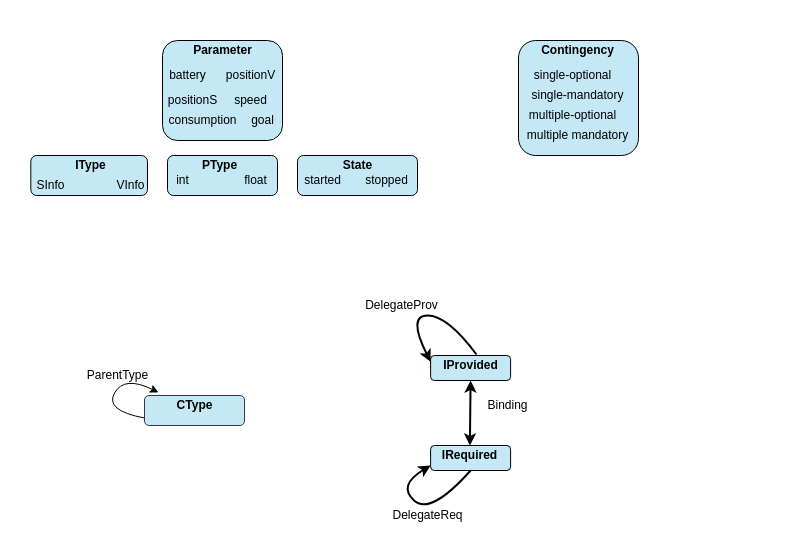
Before: relflow.drawio in jpgros/site-web, a draw.io diagram. Source tidied: cells renumbered, new cells numbered last; positions are measured from the earlier drawing's top-left corner, leaving out a move shared by most shapes. Both pictures are drawn from the tidied source at 100%, with x=0, y=0 at pixel (30, 40).
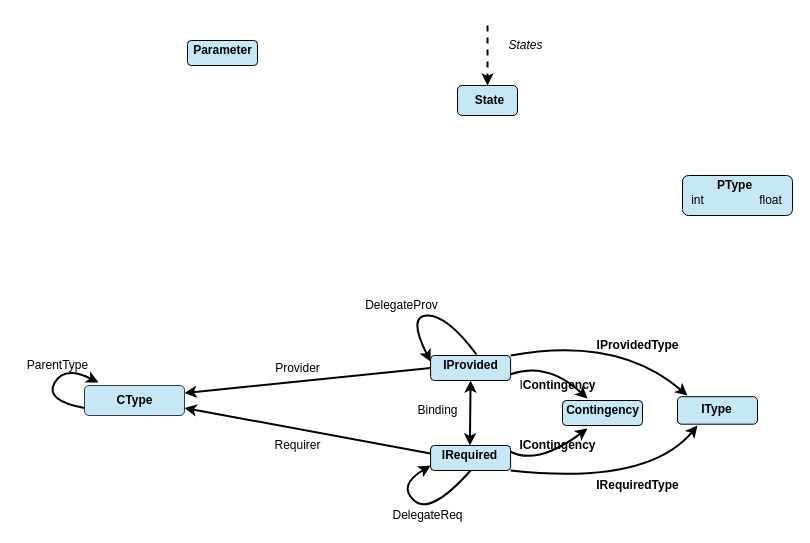
The same diagram, later.

Unchanged cells that the change refers to:
```xml
<mxCell id="5" style="rounded=1;whiteSpace=wrap;html=1;fillColor=#C4E8F5;" parent="1" vertex="1">
  <mxGeometry x="400.1" y="315" width="80" height="25" as="geometry" />
</mxCell>
<mxCell id="6" style="rounded=1;whiteSpace=wrap;html=1;fillColor=#C4E8F5;" parent="1" vertex="1">
  <mxGeometry x="400.1" y="405" width="80" height="25" as="geometry" />
</mxCell>
<mxCell id="25" value="&lt;b&gt;IRequired&lt;/b&gt;" style="text;html=1;align=center;verticalAlign=middle;points=[];" parent="1" vertex="1">
  <mxGeometry x="404.3" y="405" width="70" height="20" as="geometry" />
</mxCell>
```

Change to the diagram source:
```diff
@@
     <mxCell id="2" style="rounded=1;whiteSpace=wrap;html=1;fillColor=#C4E8F5;" parent="1" vertex="1">
-      <mxGeometry x="137" y="115" width="110" height="40" as="geometry" />
+      <mxGeometry x="652" y="135" width="110" height="40" as="geometry" />
     </mxCell>
     <mxCell id="3" style="rounded=1;whiteSpace=wrap;html=1;fillColor=#C4E8F5;" parent="1" vertex="1">
-      <mxGeometry x="0.3" y="115" width="116.7" height="40" as="geometry" />
+      <mxGeometry x="647" y="356.2" width="80" height="27.5" as="geometry" />
     </mxCell>
     <mxCell id="4" style="rounded=1;whiteSpace=wrap;html=1;fillColor=#C4E8F5;" parent="1" vertex="1">
-      <mxGeometry x="132" width="120" height="100" as="geometry" />
+      <mxGeometry x="157" width="70" height="25" as="geometry" />
     </mxCell>
@@
     <mxCell id="7" style="rounded=1;whiteSpace=wrap;html=1;fillColor=#C4E8F5;" parent="1" vertex="1">
-      <mxGeometry x="488" width="120" height="115" as="geometry" />
+      <mxGeometry x="532" y="360" width="80" height="25" as="geometry" />
     </mxCell>
     <mxCell id="8" style="rounded=1;whiteSpace=wrap;html=1;strokeColor=#36393d;fillColor=#C4E8F5;" parent="1" vertex="1">
-      <mxGeometry x="114" y="355" width="100" height="30" as="geometry" />
+      <mxGeometry x="54" y="345" width="100" height="30" as="geometry" />
     </mxCell>
-    <mxCell id="9" value="single-optional" style="text;html=1;align=center;verticalAlign=middle;" parent="1" vertex="1">
-      <mxGeometry x="497" y="25" width="90" height="20" as="geometry" />
-    </mxCell>
-    <mxCell id="10" value="single-mandatory" style="text;html=1;align=center;verticalAlign=middle;" parent="1" vertex="1">
-      <mxGeometry x="492" y="45" width="110" height="20" as="geometry" />
-    </mxCell>
-    <mxCell id="11" value="multiple-optional" style="text;html=1;align=center;verticalAlign=middle;" parent="1" vertex="1">
-      <mxGeometry x="492" y="65" width="100" height="20" as="geometry" />
-    </mxCell>
-    <mxCell id="12" value="multiple mandatory" style="text;html=1;align=center;verticalAlign=middle;" parent="1" vertex="1">
-      <mxGeometry x="487" y="85" width="120" height="20" as="geometry" />
-    </mxCell>
-    <mxCell id="13" value="VInfo" style="text;html=1;align=center;verticalAlign=middle;" parent="1" vertex="1">
-      <mxGeometry x="80.3" y="135" width="40" height="20" as="geometry" />
-    </mxCell>
-    <mxCell id="14" value="SInfo" style="text;html=1;align=center;verticalAlign=middle;" parent="1" vertex="1">
-      <mxGeometry x="0.3" y="135" width="40" height="20" as="geometry" />
-    </mxCell>
     <mxCell id="15" value="int" style="text;html=1;align=center;verticalAlign=middle;" parent="1" vertex="1">
-      <mxGeometry x="137" y="130" width="30" height="20" as="geometry" />
+      <mxGeometry x="652" y="150" width="30" height="20" as="geometry" />
     </mxCell>
     <mxCell id="16" value="float" style="text;html=1;align=center;verticalAlign=middle;" parent="1" vertex="1">
-      <mxGeometry x="205" y="130" width="40" height="20" as="geometry" />
+      <mxGeometry x="720" y="150" width="40" height="20" as="geometry" />
     </mxCell>
-    <mxCell id="17" value="battery" style="text;html=1;align=center;verticalAlign=middle;" parent="1" vertex="1">
-      <mxGeometry x="132" y="25" width="50" height="20" as="geometry" />
-    </mxCell>
-    <mxCell id="18" value="positionS" style="text;html=1;align=center;verticalAlign=middle;" parent="1" vertex="1">
-      <mxGeometry x="132" y="50" width="60" height="20" as="geometry" />
-    </mxCell>
-    <mxCell id="19" value="positionV" style="text;html=1;align=center;verticalAlign=middle;" parent="1" vertex="1">
-      <mxGeometry x="190" y="25" width="60" height="20" as="geometry" />
-    </mxCell>
-    <mxCell id="20" value="speed" style="text;html=1;align=center;verticalAlign=middle;" parent="1" vertex="1">
-      <mxGeometry x="195" y="50" width="50" height="20" as="geometry" />
-    </mxCell>
-    <mxCell id="21" value="goal" style="text;html=1;align=center;verticalAlign=middle;" parent="1" vertex="1">
-      <mxGeometry x="212" y="70" width="40" height="20" as="geometry" />
-    </mxCell>
-    <mxCell id="22" value="consumption" style="text;html=1;align=center;verticalAlign=middle;" parent="1" vertex="1">
-      <mxGeometry x="132" y="70" width="80" height="20" as="geometry" />
-    </mxCell>
     <mxCell id="23" value="&lt;b&gt;CType&lt;/b&gt;" style="text;html=1;align=center;verticalAlign=middle;" parent="1" vertex="1">
-      <mxGeometry x="139" y="355" width="50" height="20" as="geometry" />
+      <mxGeometry x="79" y="350" width="50" height="20" as="geometry" />
     </mxCell>
     <mxCell id="24" value="&lt;b&gt;Contingency&lt;/b&gt;" style="text;html=1;align=center;verticalAlign=middle;" parent="1" vertex="1">
-      <mxGeometry x="502" width="90" height="20" as="geometry" />
+      <mxGeometry x="527" y="360" width="90" height="20" as="geometry" />
     </mxCell>
@@
     <mxCell id="28" value="&lt;b&gt;IType&lt;/b&gt;" style="text;html=1;align=center;verticalAlign=middle;" parent="1" vertex="1">
-      <mxGeometry x="35.3" y="115" width="50" height="20" as="geometry" />
+      <mxGeometry x="661" y="358.8" width="50" height="20" as="geometry" />
     </mxCell>
     <mxCell id="29" value="&lt;b&gt;PType&lt;/b&gt;" style="text;html=1;align=center;verticalAlign=middle;" parent="1" vertex="1">
-      <mxGeometry x="163.7" y="115" width="50" height="20" as="geometry" />
+      <mxGeometry x="678.7" y="135" width="50" height="20" as="geometry" />
     </mxCell>
     <mxCell id="30" style="rounded=1;whiteSpace=wrap;html=1;fillColor=#C4E8F5;" parent="1" vertex="1">
-      <mxGeometry x="267" y="115" width="120" height="40" as="geometry" />
+      <mxGeometry x="427" y="45" width="60" height="30" as="geometry" />
     </mxCell>
     <mxCell id="31" value="&lt;font style=&quot;font-size: 12px&quot;&gt;&lt;b&gt;State&lt;/b&gt;&lt;/font&gt;" style="text;html=1;align=center;verticalAlign=middle;" parent="1" vertex="1">
-      <mxGeometry x="307" y="115" width="40" height="20" as="geometry" />
+      <mxGeometry x="439" y="50" width="40" height="20" as="geometry" />
     </mxCell>
-    <mxCell id="32" value="started" style="text;html=1;align=center;verticalAlign=middle;" parent="1" vertex="1">
-      <mxGeometry x="267" y="130" width="50" height="20" as="geometry" />
-    </mxCell>
-    <mxCell id="33" value="stopped" style="text;html=1;align=center;verticalAlign=middle;" parent="1" vertex="1">
-      <mxGeometry x="325.8" y="130" width="60" height="20" as="geometry" />
-    </mxCell>
-    <mxCell id="34" style="curved=1;endArrow=classic;html=1;exitX=0;exitY=0.75;exitDx=0;exitDy=0;entryX=0.14;entryY=-0.1;entryDx=0;entryDy=0;entryPerimeter=0;" parent="1" edge="1" source="8" target="8">
+    <mxCell id="34" style="curved=1;endArrow=classic;html=1;exitX=0;exitY=0.75;exitDx=0;exitDy=0;entryX=0.14;entryY=-0.1;entryDx=0;entryDy=0;entryPerimeter=0;strokeWidth=2;" parent="1" edge="1" source="8" target="8">
       <mxGeometry relative="1" as="geometry">
         <Array as="points">
-          <mxPoint x="74" y="370" />
-          <mxPoint x="94" y="335" />
+          <mxPoint x="14" y="360" />
+          <mxPoint x="34" y="325" />
         </Array>
       </mxGeometry>
     </mxCell>
     <mxCell id="35" value="ParentType" style="text;html=1;align=center;verticalAlign=middle;" parent="1" vertex="1">
-      <mxGeometry x="47" y="325" width="80" height="20" as="geometry" />
+      <mxGeometry x="-13" y="315" width="80" height="20" as="geometry" />
     </mxCell>
@@
     <mxCell id="41" value="Binding" style="text;html=1;align=center;verticalAlign=middle;" parent="1" vertex="1">
-      <mxGeometry x="447" y="355" width="60" height="20" as="geometry" />
+      <mxGeometry x="377" y="360" width="60" height="20" as="geometry" />
     </mxCell>
+    <mxCell id="42" style="curved=1;endArrow=classic;html=1;strokeWidth=2;exitX=1;exitY=0.75;exitDx=0;exitDy=0;" parent="1" edge="1" source="5">
+      <mxGeometry relative="1" as="geometry">
+        <mxPoint x="557" y="358" as="targetPoint" />
+        <Array as="points">
+          <mxPoint x="517" y="321" />
+        </Array>
+      </mxGeometry>
+    </mxCell>
+    <mxCell id="43" style="curved=1;endArrow=classic;html=1;strokeWidth=2;exitX=1;exitY=0.25;exitDx=0;exitDy=0;" parent="1" edge="1" source="6">
+      <mxGeometry relative="1" as="geometry">
+        <mxPoint x="557" y="388" as="targetPoint" />
+        <Array as="points">
+          <mxPoint x="507" y="425" />
+        </Array>
+      </mxGeometry>
+    </mxCell>
+    <mxCell id="44" style="curved=1;endArrow=classic;html=1;strokeWidth=2;exitX=1;exitY=0;exitDx=0;exitDy=0;" parent="1" edge="1" source="5">
+      <mxGeometry relative="1" as="geometry">
+        <mxPoint x="657" y="355" as="targetPoint" />
+        <Array as="points">
+          <mxPoint x="587" y="295" />
+        </Array>
+      </mxGeometry>
+    </mxCell>
+    <mxCell id="45" style="curved=1;endArrow=classic;html=1;strokeWidth=2;exitX=1;exitY=1;exitDx=0;exitDy=0;" parent="1" edge="1" source="6">
+      <mxGeometry relative="1" as="geometry">
+        <mxPoint x="667" y="385" as="targetPoint" />
+        <Array as="points">
+          <mxPoint x="617" y="445" />
+        </Array>
+      </mxGeometry>
+    </mxCell>
+    <mxCell id="46" value="I&lt;b&gt;Contingency&lt;/b&gt;" style="text;html=1;align=center;verticalAlign=middle;" parent="1" vertex="1">
+      <mxGeometry x="482" y="335" width="90" height="20" as="geometry" />
+    </mxCell>
+    <mxCell id="47" value="&lt;b&gt;IContingency&lt;/b&gt;" style="text;html=1;align=center;verticalAlign=middle;" parent="1" vertex="1">
+      <mxGeometry x="482" y="395" width="90" height="20" as="geometry" />
+    </mxCell>
+    <mxCell id="48" value="&lt;b&gt;IProvidedType&lt;/b&gt;" style="text;html=1;align=center;verticalAlign=middle;" parent="1" vertex="1">
+      <mxGeometry x="557" y="295" width="100" height="20" as="geometry" />
+    </mxCell>
+    <mxCell id="49" value="&lt;b&gt;IRequiredType&lt;/b&gt;" style="text;html=1;align=center;verticalAlign=middle;" parent="1" vertex="1">
+      <mxGeometry x="557" y="435" width="100" height="20" as="geometry" />
+    </mxCell>
+    <mxCell id="50" style="endArrow=classic;html=1;strokeWidth=2;entryX=1;entryY=0.25;entryDx=0;entryDy=0;exitX=0;exitY=0.5;exitDx=0;exitDy=0;" parent="1" edge="1" source="5" target="8">
+      <mxGeometry relative="1" as="geometry" />
+    </mxCell>
+    <mxCell id="51" value="Provider" style="text;html=1;align=center;verticalAlign=middle;" parent="1" vertex="1">
+      <mxGeometry x="237" y="317.5" width="60" height="20" as="geometry" />
+    </mxCell>
+    <mxCell id="52" style="endArrow=classic;html=1;strokeWidth=2;entryX=1;entryY=0.75;entryDx=0;entryDy=0;exitX=-0.061;exitY=0.4;exitDx=0;exitDy=0;exitPerimeter=0;" parent="1" edge="1" source="25" target="8">
+      <mxGeometry relative="1" as="geometry" />
+    </mxCell>
+    <mxCell id="53" value="Requirer" style="text;html=1;align=center;verticalAlign=middle;" parent="1" vertex="1">
+      <mxGeometry x="237" y="395" width="60" height="20" as="geometry" />
+    </mxCell>
+    <mxCell id="54" style="endArrow=classic;html=1;strokeWidth=2;entryX=0.5;entryY=0;entryDx=0;entryDy=0;dashed=1;" parent="1" edge="1" target="30">
+      <mxGeometry relative="1" as="geometry">
+        <mxPoint x="457" y="-15" as="sourcePoint" />
+      </mxGeometry>
+    </mxCell>
+    <mxCell id="55" value="&lt;i&gt;States&lt;/i&gt;" style="text;html=1;align=center;verticalAlign=middle;" parent="1" vertex="1">
+      <mxGeometry x="470" y="-5" width="50" height="20" as="geometry" />
+    </mxCell>
```
